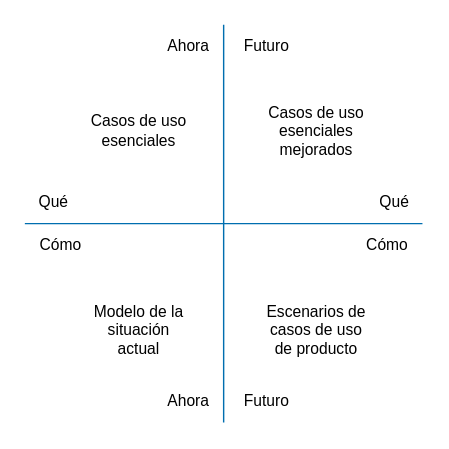
ucudal/ANDIS_Conceptos keeps this draw.io diagram as diagrams/Brown_Cow_Model.drawio. Above is the earlier version. Source tidied: cells renumbered, new cells numbered last; positions are measured from the earlier drawing's top-left corner, leaving out a move shared by most shapes. Both pictures are drawn from the tidied source at 142%, with x=0, y=0 at pixel (24, 24).
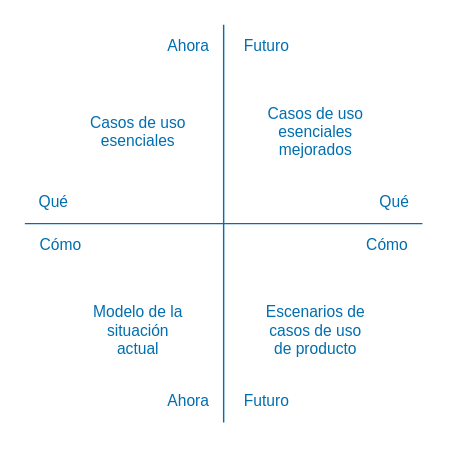
After the change.

Change to the diagram source:
```diff
@@
 <mxGraphModel>
   <root>
     <mxCell id="0" />
     <mxCell id="1" parent="0" />
     <mxCell id="2" style="endArrow=none;html=1;fillColor=#1ba1e2;strokeColor=#006EAF;" parent="1" edge="1">
       <mxGeometry relative="1" as="geometry">
         <mxPoint x="140" y="280" as="sourcePoint" />
         <mxPoint x="140" as="targetPoint" />
       </mxGeometry>
     </mxCell>
     <mxCell id="3" style="endArrow=none;html=1;fillColor=#1ba1e2;strokeColor=#006EAF;" parent="1" edge="1">
       <mxGeometry relative="1" as="geometry">
         <mxPoint y="140" as="sourcePoint" />
         <mxPoint x="280" y="140" as="targetPoint" />
       </mxGeometry>
     </mxCell>
-    <mxCell id="4" value="Ahora" style="text;html=1;align=center;verticalAlign=middle;strokeColor=none;fillColor=none;fontFamily=Helvetica;fontSize=11;fontColor=light-dark(#000000,#006EAF);labelBackgroundColor=none;" parent="1" vertex="1">
+    <mxCell id="4" value="Ahora" style="text;html=1;align=center;verticalAlign=middle;strokeColor=none;fillColor=none;fontFamily=Helvetica;fontSize=11;fontColor=light-dark(#006EAF,#006EAF);labelBackgroundColor=none;" parent="1" vertex="1">
       <mxGeometry x="90" width="50" height="30" as="geometry" />
     </mxCell>
-    <mxCell id="5" value="Futuro" style="text;html=1;align=center;verticalAlign=middle;strokeColor=none;fillColor=none;fontFamily=Helvetica;fontSize=11;fontColor=light-dark(#000000,#006EAF);labelBackgroundColor=none;" parent="1" vertex="1">
+    <mxCell id="5" value="Futuro" style="text;html=1;align=center;verticalAlign=middle;strokeColor=none;fillColor=none;fontFamily=Helvetica;fontSize=11;fontColor=light-dark(#006EAF,#006EAF);labelBackgroundColor=none;" parent="1" vertex="1">
       <mxGeometry x="140" width="60" height="30" as="geometry" />
     </mxCell>
-    <mxCell id="6" value="Ahora" style="text;html=1;align=center;verticalAlign=middle;strokeColor=none;fillColor=none;fontFamily=Helvetica;fontSize=11;fontColor=light-dark(#000000,#006EAF);labelBackgroundColor=none;" parent="1" vertex="1">
+    <mxCell id="6" value="Ahora" style="text;html=1;align=center;verticalAlign=middle;strokeColor=none;fillColor=none;fontFamily=Helvetica;fontSize=11;fontColor=light-dark(#006EAF,#006EAF);labelBackgroundColor=none;" parent="1" vertex="1">
       <mxGeometry x="90" y="250" width="50" height="30" as="geometry" />
     </mxCell>
-    <mxCell id="7" value="Futuro" style="text;html=1;align=center;verticalAlign=middle;strokeColor=none;fillColor=none;fontFamily=Helvetica;fontSize=11;fontColor=light-dark(#000000,#006EAF);labelBackgroundColor=none;" parent="1" vertex="1">
+    <mxCell id="7" value="Futuro" style="text;html=1;align=center;verticalAlign=middle;strokeColor=none;fillColor=none;fontFamily=Helvetica;fontSize=11;fontColor=light-dark(#006EAF,#006EAF);labelBackgroundColor=none;" parent="1" vertex="1">
       <mxGeometry x="140" y="250" width="60" height="30" as="geometry" />
     </mxCell>
-    <mxCell id="8" value="Qué" style="text;html=1;align=center;verticalAlign=middle;strokeColor=none;fillColor=none;fontFamily=Helvetica;fontSize=11;fontColor=light-dark(#000000,#006EAF);labelBackgroundColor=none;" parent="1" vertex="1">
+    <mxCell id="8" value="Qué" style="text;html=1;align=center;verticalAlign=middle;strokeColor=none;fillColor=none;fontFamily=Helvetica;fontSize=11;fontColor=light-dark(#006EAF,#006EAF);labelBackgroundColor=none;" parent="1" vertex="1">
       <mxGeometry y="110" width="40" height="30" as="geometry" />
     </mxCell>
-    <mxCell id="9" value="Cómo" style="text;html=1;align=center;verticalAlign=middle;strokeColor=none;fillColor=none;fontFamily=Helvetica;fontSize=11;fontColor=light-dark(#000000,#006EAF);labelBackgroundColor=none;" parent="1" vertex="1">
+    <mxCell id="9" value="Cómo" style="text;html=1;align=center;verticalAlign=middle;strokeColor=none;fillColor=none;fontFamily=Helvetica;fontSize=11;fontColor=light-dark(#006EAF,#006EAF);labelBackgroundColor=none;" parent="1" vertex="1">
       <mxGeometry y="140" width="50" height="30" as="geometry" />
     </mxCell>
-    <mxCell id="10" value="Qué" style="text;html=1;align=center;verticalAlign=middle;strokeColor=none;fillColor=none;fontFamily=Helvetica;fontSize=11;fontColor=light-dark(#000000,#006EAF);labelBackgroundColor=none;" parent="1" vertex="1">
+    <mxCell id="10" value="Qué" style="text;html=1;align=center;verticalAlign=middle;strokeColor=none;fillColor=none;fontFamily=Helvetica;fontSize=11;fontColor=light-dark(#006EAF,#006EAF);labelBackgroundColor=none;" parent="1" vertex="1">
       <mxGeometry x="240" y="110" width="40" height="30" as="geometry" />
     </mxCell>
-    <mxCell id="11" value="Cómo" style="text;html=1;align=center;verticalAlign=middle;strokeColor=none;fillColor=none;fontFamily=Helvetica;fontSize=11;fontColor=light-dark(#000000,#006EAF);labelBackgroundColor=none;" parent="1" vertex="1">
+    <mxCell id="11" value="Cómo" style="text;html=1;align=center;verticalAlign=middle;strokeColor=none;fillColor=none;fontFamily=Helvetica;fontSize=11;fontColor=light-dark(#006EAF,#006EAF);labelBackgroundColor=none;" parent="1" vertex="1">
       <mxGeometry x="230" y="140" width="50" height="30" as="geometry" />
     </mxCell>
-    <mxCell id="12" value="&lt;font&gt;&lt;font style=&quot;color: light-dark(rgb(0, 0, 0), rgb(0, 110, 175));&quot;&gt;Modelo de la&lt;br&gt;&lt;/font&gt;&lt;font style=&quot;color: light-dark(rgb(0, 0, 0), rgb(0, 110, 175));&quot;&gt;situación&lt;/font&gt;&lt;/font&gt;&lt;div&gt;&lt;font style=&quot;color: light-dark(rgb(0, 0, 0), rgb(0, 110, 175));&quot;&gt;actual&lt;/font&gt;&lt;/div&gt;" style="text;html=1;align=center;verticalAlign=middle;strokeColor=none;fillColor=none;fontFamily=Helvetica;fontSize=11;fontColor=light-dark(#000000,#006EAF);labelBackgroundColor=none;" parent="1" vertex="1">
+    <mxCell id="12" value="Modelo de la&#10;situación&#10;actual" style="text;align=center;verticalAlign=middle;strokeColor=none;fillColor=none;fontFamily=Helvetica;fontSize=11;fontColor=light-dark(#006EAF,#006EAF);labelBackgroundColor=none;" parent="1" vertex="1">
       <mxGeometry x="35" y="190" width="90" height="50" as="geometry" />
     </mxCell>
-    <mxCell id="13" value="Casos de uso&lt;br&gt;esenciales" style="text;html=1;align=center;verticalAlign=middle;strokeColor=none;fillColor=none;fontFamily=Helvetica;fontSize=11;fontColor=light-dark(#000000,#006EAF);labelBackgroundColor=none;" parent="1" vertex="1">
+    <mxCell id="13" value="Casos de uso&#10;esenciales" style="text;align=center;verticalAlign=middle;strokeColor=none;fillColor=none;fontFamily=Helvetica;fontSize=11;fontColor=light-dark(#006EAF,#006EAF);labelBackgroundColor=none;" parent="1" vertex="1">
       <mxGeometry x="35" y="55" width="90" height="40" as="geometry" />
     </mxCell>
-    <mxCell id="14" value="Casos de uso&lt;br&gt;esenciales&lt;br&gt;mejorados" style="text;html=1;align=center;verticalAlign=middle;strokeColor=none;fillColor=none;fontFamily=Helvetica;fontSize=11;fontColor=light-dark(#000000,#006EAF);labelBackgroundColor=none;" parent="1" vertex="1">
+    <mxCell id="14" value="Casos de uso&#10;esenciales&#10;mejorados" style="text;align=center;verticalAlign=middle;strokeColor=none;fillColor=none;fontFamily=Helvetica;fontSize=11;fontColor=light-dark(#006EAF,#006EAF);labelBackgroundColor=none;" parent="1" vertex="1">
       <mxGeometry x="160" y="50" width="90" height="50" as="geometry" />
     </mxCell>
-    <mxCell id="15" value="Escenarios de&lt;br&gt;casos de uso&lt;br&gt;de producto" style="text;html=1;align=center;verticalAlign=middle;strokeColor=none;fillColor=none;fontFamily=Helvetica;fontSize=11;fontColor=light-dark(#000000,#006EAF);labelBackgroundColor=none;" parent="1" vertex="1">
+    <mxCell id="15" value="Escenarios de&#10;casos de uso&#10;de producto" style="text;align=center;verticalAlign=middle;strokeColor=none;fillColor=none;fontFamily=Helvetica;fontSize=11;fontColor=light-dark(#006EAF,#006EAF);labelBackgroundColor=none;" parent="1" vertex="1">
       <mxGeometry x="160" y="190" width="90" height="50" as="geometry" />
     </mxCell>
   </root>
 </mxGraphModel>
```
